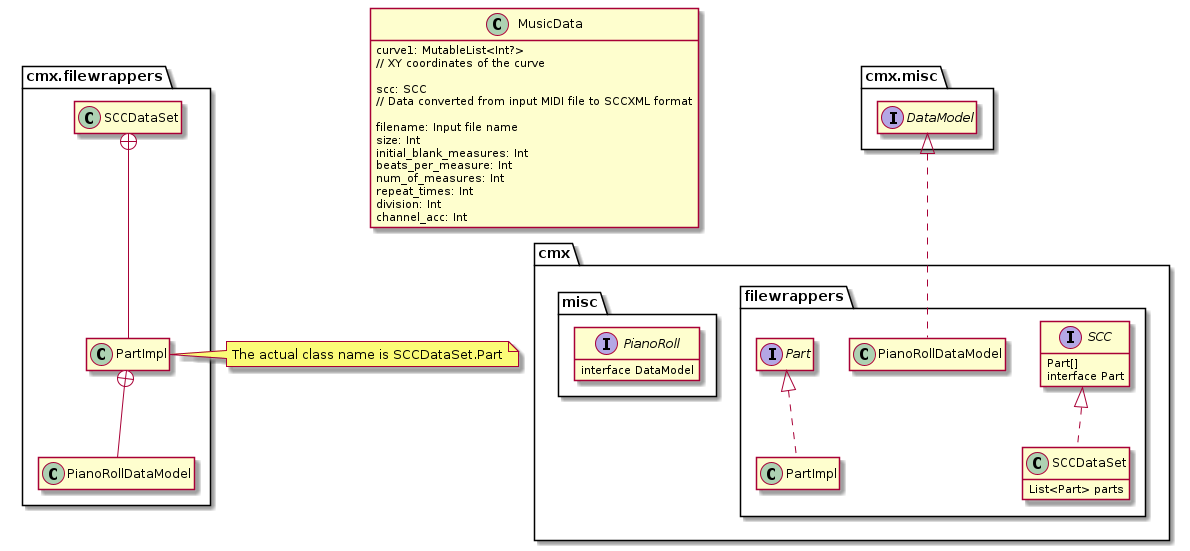
The PlantUML diagram diagrams/test3.png in fujiij/plantuml, before a commit.
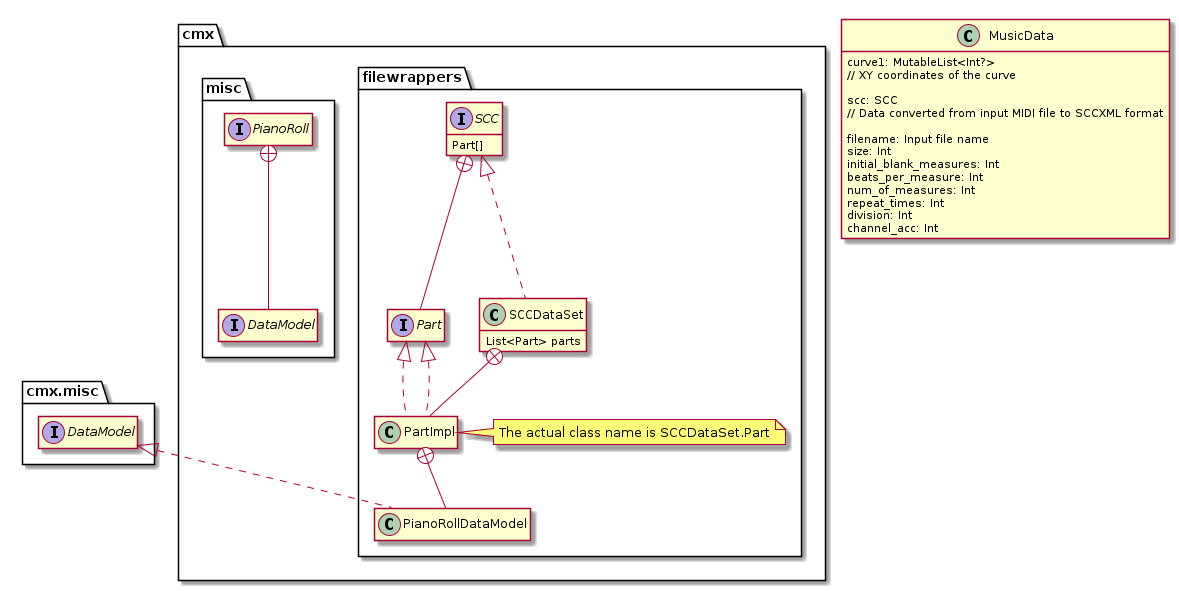
The same file after the commit.

Commit message:
Auto-generate PlantUML diagrams

Diff of the diagram source:
```diff
@@ -22,26 +22,28 @@
     package "filewrappers" {
         interface SCC {
             Part[]
-            interface Part
         }
+        interface Part
+        SCC +-- Part
         class SCCDataSet implements SCC {
             List<Part> parts
         }
+        class PartImpl implements Part
+        SCCDataSet +-- PartImpl
+        note right of PartImpl
+            The actual class name is SCCDataSet.Part
+        end note
+
         class PianoRollDataModel implements cmx.misc.DataModel
         class PartImpl implements Part
+        PartImpl +-- PianoRollDataModel
     }
     package "misc" {
         interface PianoRoll {
-            interface DataModel
         }
+        interface DataModel
+        PianoRoll +-- DataModel
     }
 }
 
-cmx.filewrappers.SCCDataSet +-- cmx.filewrappers.PartImpl
-note right of cmx.filewrappers.PartImpl
-    The actual class name is SCCDataSet.Part
-end note
-
-cmx.filewrappers.PartImpl +-- cmx.filewrappers.PianoRollDataModel
-
 @enduml
```
